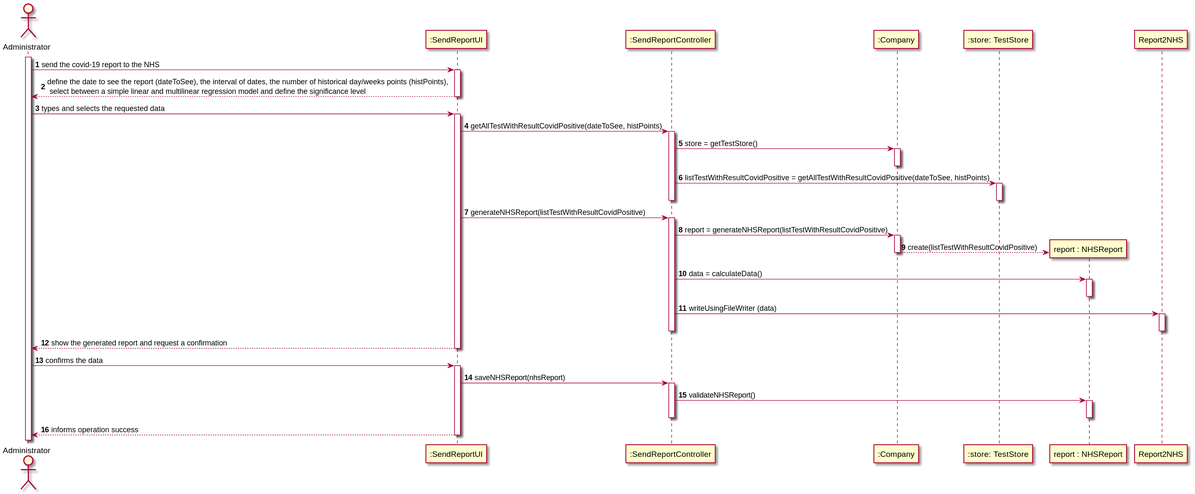
This is docs/SprintD/US18/US18-SD.svg from 0franciscor/lei-21-s2-1de-g19, a PlantUML export, as it was before one commit.
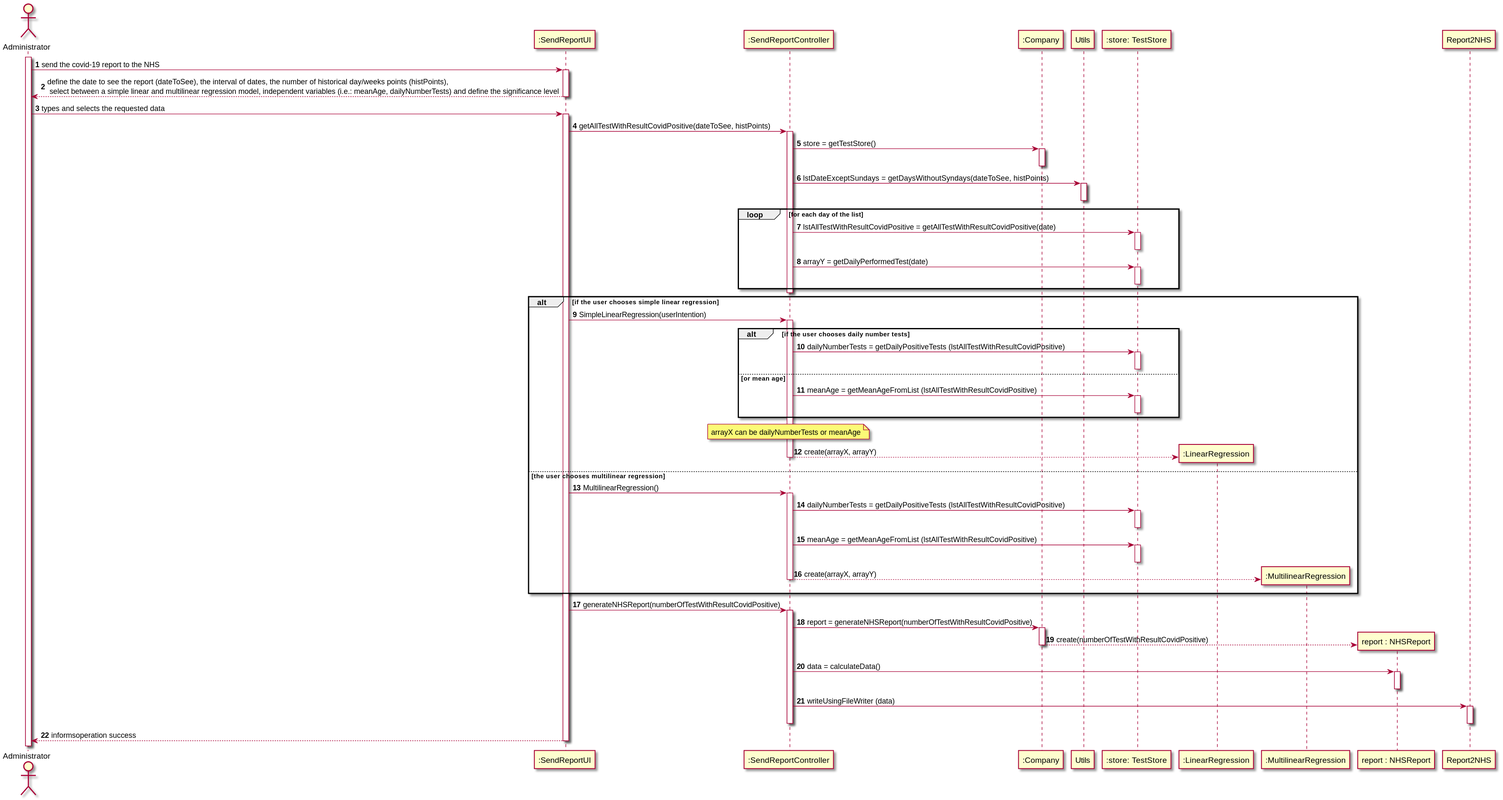
The same diagram one commit later.

Diff of the diagram source:
```diff
@@ -8,7 +8,7 @@
 
 A -> ":SendReportUI" : send the covid-19 report to the NHS
 activate ":SendReportUI"
-":SendReportUI" --> A: define the date to see the report (dateToSee), the interval of dates, the number of historical day/weeks points (histPoints), \n select between a simple linear and multilinear regression model and define the significance level
+":SendReportUI" --> A: define the date to see the report (dateToSee), the interval of dates, the number of historical day/weeks points (histPoints), \n select between a simple linear and multilinear regression model, independent variables (i.e.: meanAge, dailyNumberTests) and define the significance level
 deactivate ":SendReportUI"
 
 A -> ":SendReportUI" : types and selects the requested data
@@ -20,20 +20,73 @@
 activate ":Company"
 deactivate ":Company"
 
-":SendReportController" -> ":store: TestStore" : listTestWithResultCovidPositive = getAllTestWithResultCovidPositive(dateToSee, histPoints)
+":SendReportController" -> "Utils" : lstDateExceptSundays = getDaysWithoutSyndays(dateToSee, histPoints)
+activate "Utils"
+deactivate "Utils"
+
+loop for each day of the list
+":SendReportController" -> ":store: TestStore" : lstAllTestWithResultCovidPositive = getAllTestWithResultCovidPositive(date)
 activate ":store: TestStore"
 deactivate ":store: TestStore"
 
+":SendReportController" -> ":store: TestStore" : arrayY = getDailyPerformedTest(date)
+activate ":store: TestStore"
+deactivate ":store: TestStore"
+
+end
+
 deactivate ":SendReportController"
 
-":SendReportUI" -> ":SendReportController" : generateNHSReport(listTestWithResultCovidPositive)
+
+alt if the user chooses simple linear regression
+":SendReportUI" -> ":SendReportController" : SimpleLinearRegression(userIntention)
 activate ":SendReportController"
 
-":SendReportController" -> ":Company" : report = generateNHSReport(listTestWithResultCovidPositive)
+alt if the user chooses daily number tests
+":SendReportController" -> ":store: TestStore" : dailyNumberTests = getDailyPositiveTests (lstAllTestWithResultCovidPositive)
+activate ":store: TestStore"
+deactivate ":store: TestStore"
+else or mean age
+":SendReportController" -> ":store: TestStore" : meanAge = getMeanAgeFromList (lstAllTestWithResultCovidPositive)
+activate ":store: TestStore"
+deactivate ":store: TestStore"
+end
+create ":LinearRegression"
+note over ":SendReportController" : arrayX can be dailyNumberTests or meanAge
+":SendReportController" --> ":LinearRegression" : create(arrayX, arrayY)
+deactivate ":SendReportController"
+
+
+
+else the user chooses multilinear regression
+":SendReportUI" -> ":SendReportController" : MultilinearRegression()
+activate ":SendReportController"
+
+
+
+":SendReportController" -> ":store: TestStore" : dailyNumberTests = getDailyPositiveTests (lstAllTestWithResultCovidPositive)
+activate ":store: TestStore"
+deactivate ":store: TestStore"
+":SendReportController" -> ":store: TestStore" : meanAge = getMeanAgeFromList (lstAllTestWithResultCovidPositive)
+activate ":store: TestStore"
+deactivate ":store: TestStore"
+
+create ":MultilinearRegression"
+":SendReportController" --> ":MultilinearRegression" : create(arrayX, arrayY)
+
+deactivate ":SendReportController"
+end
+
+
+
+":SendReportUI" -> ":SendReportController" : generateNHSReport(numberOfTestWithResultCovidPositive)
+activate ":SendReportController"
+
+":SendReportController" -> ":Company" : report = generateNHSReport(numberOfTestWithResultCovidPositive)
 activate ":Company"
 
 create "report : NHSReport"
-":Company" --> "report : NHSReport" : create(listTestWithResultCovidPositive)
+":Company" --> "report : NHSReport" : create(numberOfTestWithResultCovidPositive)
 
 deactivate ":Company"
 
@@ -49,24 +102,9 @@
 
 deactivate ":SendReportController"
 
-":SendReportUI" --> A: show the generated report and request a confirmation
+":SendReportUI" --> A: informsoperation success
 deactivate ":SendReportUI"
 
-A -> ":SendReportUI": confirms the data
-activate ":SendReportUI"
-
-":SendReportUI" -> ":SendReportController": saveNHSReport(nhsReport)
-
-activate ":SendReportController"
-
-":SendReportController" -> "report : NHSReport" : validateNHSReport()
-activate "report : NHSReport"
-deactivate "report : NHSReport"
-
-deactivate ":SendReportController"
 
 
-":SendReportUI" --> A: informs operation success
-deactivate ":SendReportUI"
-
 @enduml
```
